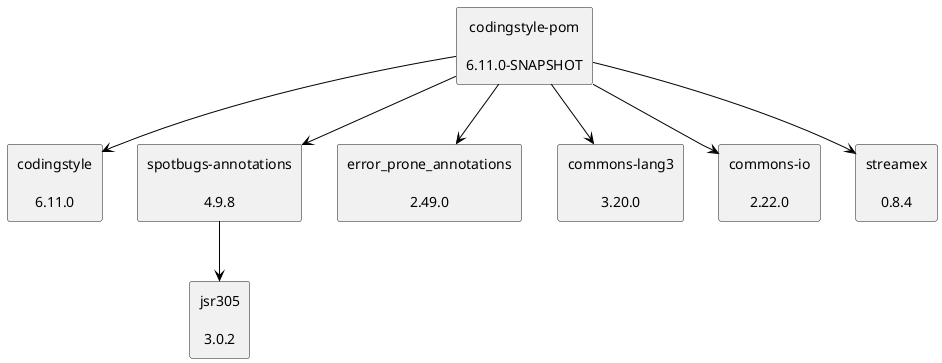
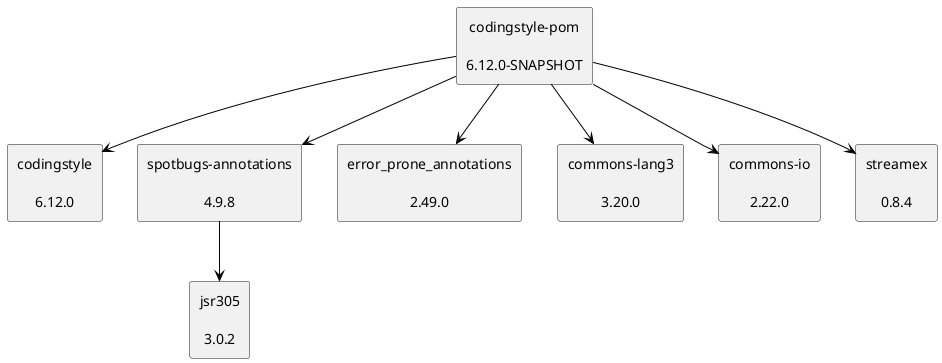
@startuml
skinparam defaultTextAlignment center
skinparam rectangle {
  BackgroundColor<<optional>> beige
  BackgroundColor<<test>> lightGreen
  BackgroundColor<<runtime>> lightBlue
  BackgroundColor<<provided>> lightGray
}
- rectangle "codingstyle-pom\n\n6.11.0-SNAPSHOT" as edu_hm_hafner_codingstyle_pom_pom
- rectangle "codingstyle\n\n6.11.0" as edu_hm_hafner_codingstyle_jar
+ rectangle "codingstyle-pom\n\n6.12.0-SNAPSHOT" as edu_hm_hafner_codingstyle_pom_pom
+ rectangle "codingstyle\n\n6.12.0" as edu_hm_hafner_codingstyle_jar
rectangle "spotbugs-annotations\n\n4.9.8" as com_github_spotbugs_spotbugs_annotations_jar
rectangle "jsr305\n\n3.0.2" as com_google_code_findbugs_jsr305_jar
rectangle "error_prone_annotations\n\n2.49.0" as com_google_errorprone_error_prone_annotations_jar
rectangle "commons-lang3\n\n3.20.0" as org_apache_commons_commons_lang3_jar
rectangle "commons-io\n\n2.22.0" as commons_io_commons_io_jar
rectangle "streamex\n\n0.8.4" as one_util_streamex_jar
edu_hm_hafner_codingstyle_pom_pom -[#000000]-> edu_hm_hafner_codingstyle_jar
com_github_spotbugs_spotbugs_annotations_jar -[#000000]-> com_google_code_findbugs_jsr305_jar
edu_hm_hafner_codingstyle_pom_pom -[#000000]-> com_github_spotbugs_spotbugs_annotations_jar
edu_hm_hafner_codingstyle_pom_pom -[#000000]-> com_google_errorprone_error_prone_annotations_jar
edu_hm_hafner_codingstyle_pom_pom -[#000000]-> org_apache_commons_commons_lang3_jar
edu_hm_hafner_codingstyle_pom_pom -[#000000]-> commons_io_commons_io_jar
edu_hm_hafner_codingstyle_pom_pom -[#000000]-> one_util_streamex_jar
@enduml